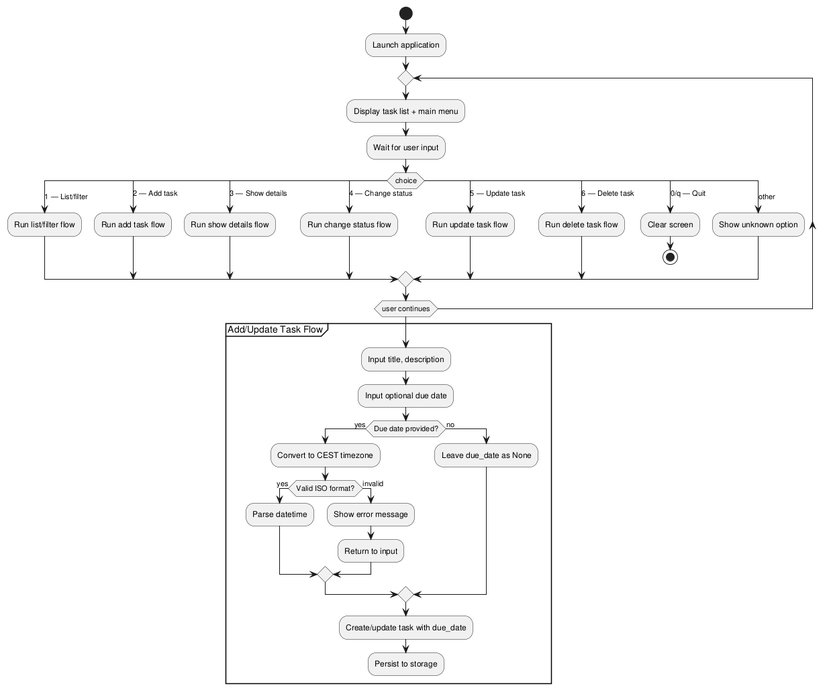
Above: experiments/supervisor_as_tools/user_stories/TODO/artifacts/activity_diagram.png in DanielRiha8906/Software_autoevolution_using_agents (PlantUML), before the change.
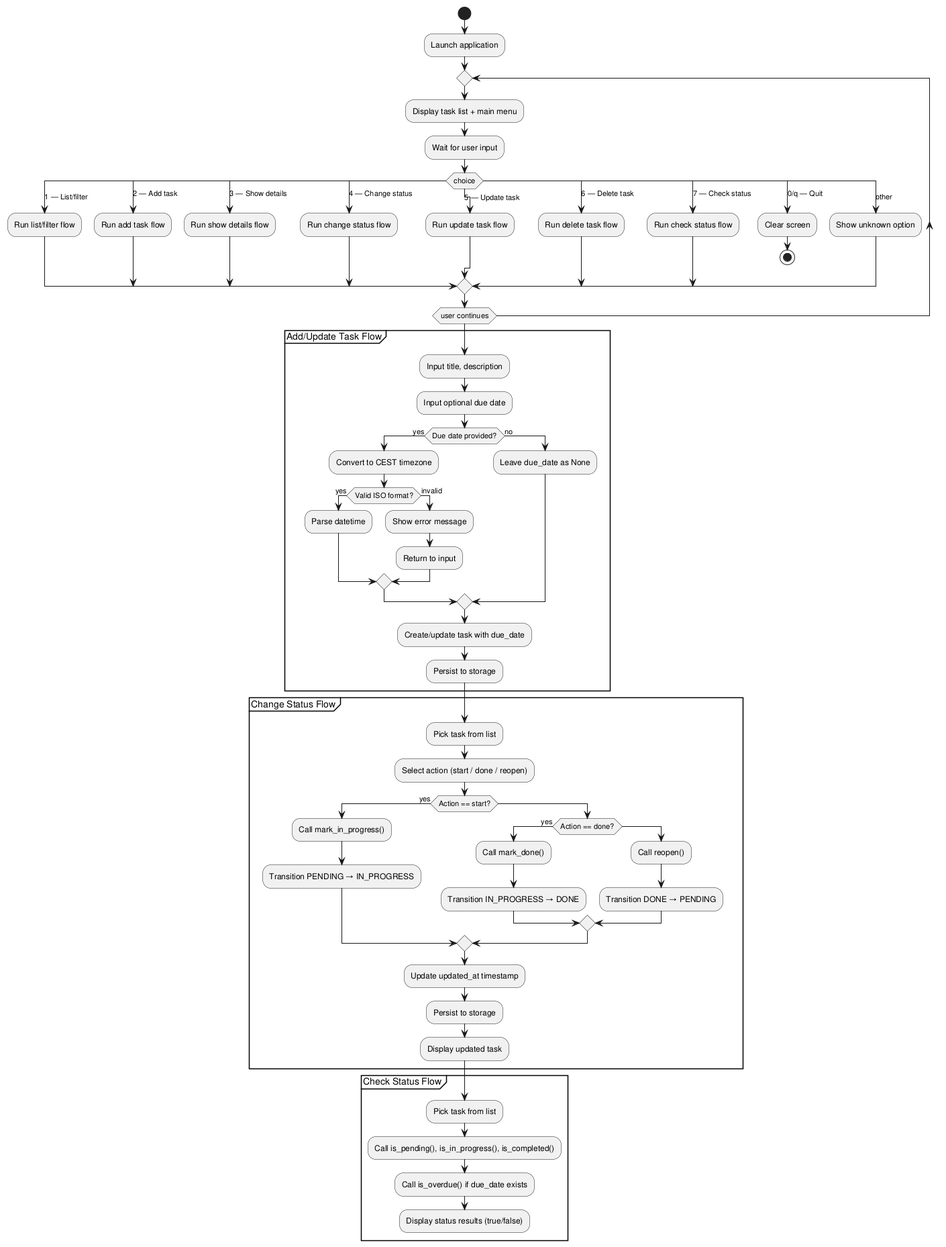
After the commit.

The edit, as a diff of the source:
```diff
@@ -20,6 +20,8 @@
       :Run update task flow;
     case (6 — Delete task)
       :Run delete task flow;
+    case (7 — Check status)
+      :Run check status flow;
     case (0/q — Quit)
       :Clear screen;
       stop
@@ -47,4 +49,31 @@
   :Persist to storage;
 }
 
+partition "Change Status Flow" {
+  :Pick task from list;
+  :Select action (start / done / reopen);
+  if (Action == start?) then (yes)
+    :Call mark_in_progress();
+    :Transition PENDING → IN_PROGRESS;
+  else
+    if (Action == done?) then (yes)
+      :Call mark_done();
+      :Transition IN_PROGRESS → DONE;
+    else
+      :Call reopen();
+      :Transition DONE → PENDING;
+    endif
+  endif
+  :Update updated_at timestamp;
+  :Persist to storage;
+  :Display updated task;
+}
+
+partition "Check Status Flow" {
+  :Pick task from list;
+  :Call is_pending(), is_in_progress(), is_completed();
+  :Call is_overdue() if due_date exists;
+  :Display status results (true/false);
+}
+
 @enduml
```
